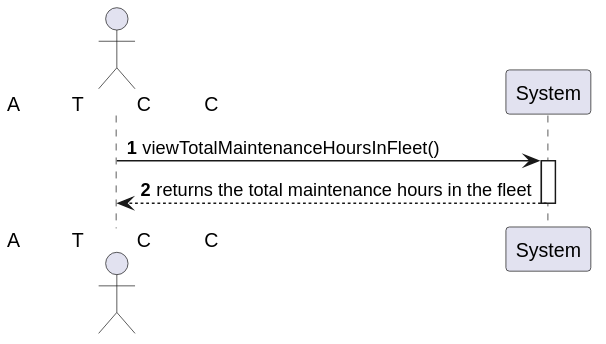
Earlier version of the PlantUML export docs/system-documentation/use-cases/WP4A/US117/svg/ssd_us117.svg (VascoMagolo/psoft_1231562_1241692_1242036_2db). The source it was exported from:
```plantuml
@startuml
autonumber
actor "Maintenance Supervisor" as Actor
participant "System" as Sys
Actor -> Sys : viewTotalMaintenanceHoursInFleet()
activate Sys
Sys --> Actor : returns the total maintenance hours in the fleet
deactivate Sys
@enduml
```
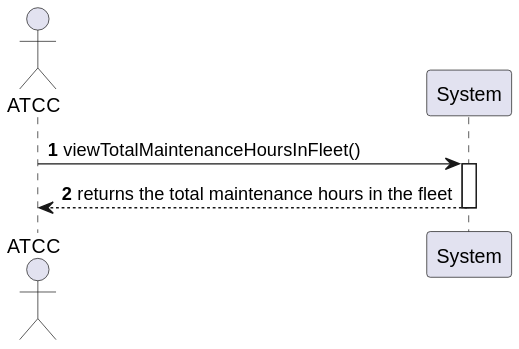
After the commit.

The edit, as a diff of the source:
```diff
@@ -1,6 +1,6 @@
 @startuml
 autonumber
-actor "Maintenance Supervisor" as Actor
+actor "ATCC" as Actor
 participant "System" as Sys
 Actor -> Sys : viewTotalMaintenanceHoursInFleet()
 activate Sys
```
